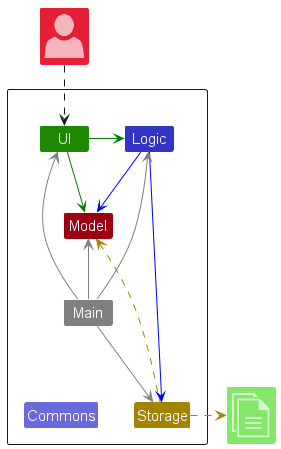
nus-cs2103-AY2324S2/tp keeps this PlantUML diagram as docs/images/ArchitectureDiagram.png. Above is the earlier version. The source it was exported from:
```plantuml
@startuml
!include <office/Concepts/globe_internet>
!include <office/Concepts/documents>
!include <office/Users/user>
!include style.puml

Package " "<<Rectangle>>{
    Class UI UI_COLOR
    Class Logic LOGIC_COLOR
    Class Storage STORAGE_COLOR
    Class Model MODEL_COLOR
    Class Main #grey
    Class Commons LOGIC_COLOR_T2
}

Class "<$user>" as User MODEL_COLOR_T2
Class "<$documents>" as File UI_COLOR_T1


UI -[#green]> Logic
UI -right[#green]-> Model
Logic -[#blue]-> Storage
Logic -down[#blue]-> Model
Main -[#grey]-> UI
Main -[#grey]-> Logic
Main -[#grey]-> Storage
Main -up[#grey]-> Model
Main -down[hidden]-> Commons

Storage -up[STORAGE_COLOR].> Model
Storage .right[STORAGE_COLOR].>File
User ..> UI
@enduml
```
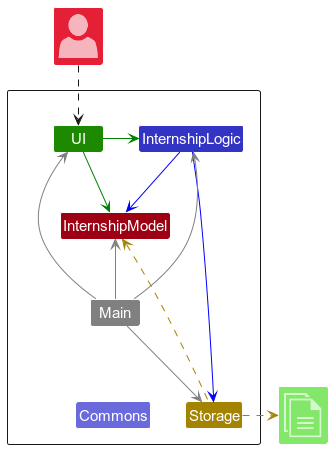
Later version of the same file.

Commit message:
Update diagrams, fix internal links in Architecture section

What changed in the source:
```diff
@@ -6,9 +6,9 @@
 
 Package " "<<Rectangle>>{
     Class UI UI_COLOR
-    Class Logic LOGIC_COLOR
+    Class InternshipLogic LOGIC_COLOR
     Class Storage STORAGE_COLOR
-    Class Model MODEL_COLOR
+    Class InternshipModel MODEL_COLOR
     Class Main #grey
     Class Commons LOGIC_COLOR_T2
 }
@@ -17,17 +17,17 @@
 Class "<$documents>" as File UI_COLOR_T1
 
 
-UI -[#green]> Logic
-UI -right[#green]-> Model
-Logic -[#blue]-> Storage
-Logic -down[#blue]-> Model
+UI -[#green]> InternshipLogic
+UI -right[#green]-> InternshipModel
+InternshipLogic -[#blue]-> Storage
+InternshipLogic -down[#blue]-> InternshipModel
 Main -[#grey]-> UI
-Main -[#grey]-> Logic
+Main -[#grey]-> InternshipLogic
 Main -[#grey]-> Storage
-Main -up[#grey]-> Model
+Main -up[#grey]-> InternshipModel
 Main -down[hidden]-> Commons
 
-Storage -up[STORAGE_COLOR].> Model
+Storage -up[STORAGE_COLOR].> InternshipModel
 Storage .right[STORAGE_COLOR].>File
 User ..> UI
 @enduml
```
